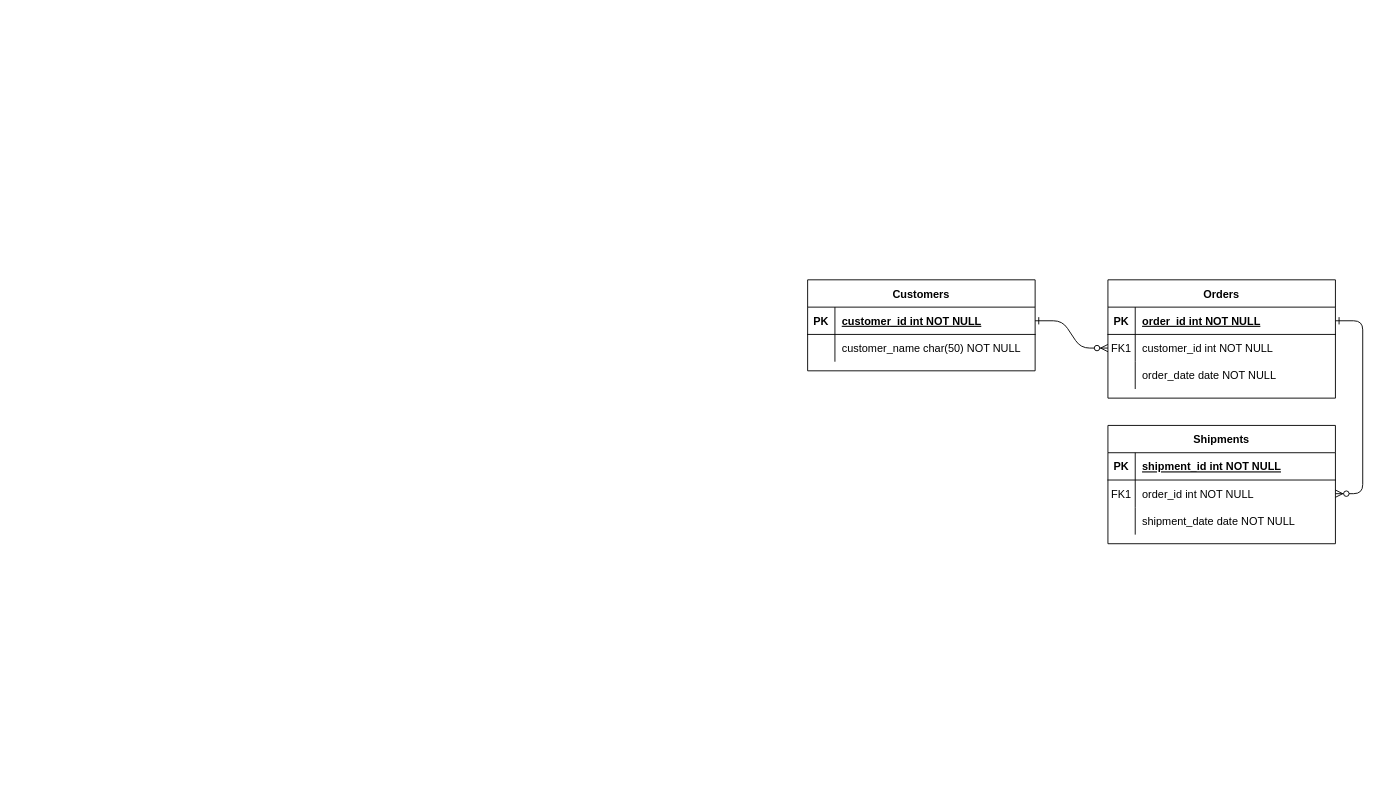
Before: 제목 없는 다이어그램.drawio in Alsdnworks/black-ice-map, a draw.io diagram. Source tidied: cells renumbered, new cells numbered last; positions are measured from the earlier drawing's top-left corner, leaving out a move shared by most shapes. Both pictures are drawn from the tidied source at 91%, with x=0, y=0 at pixel (807, 279).
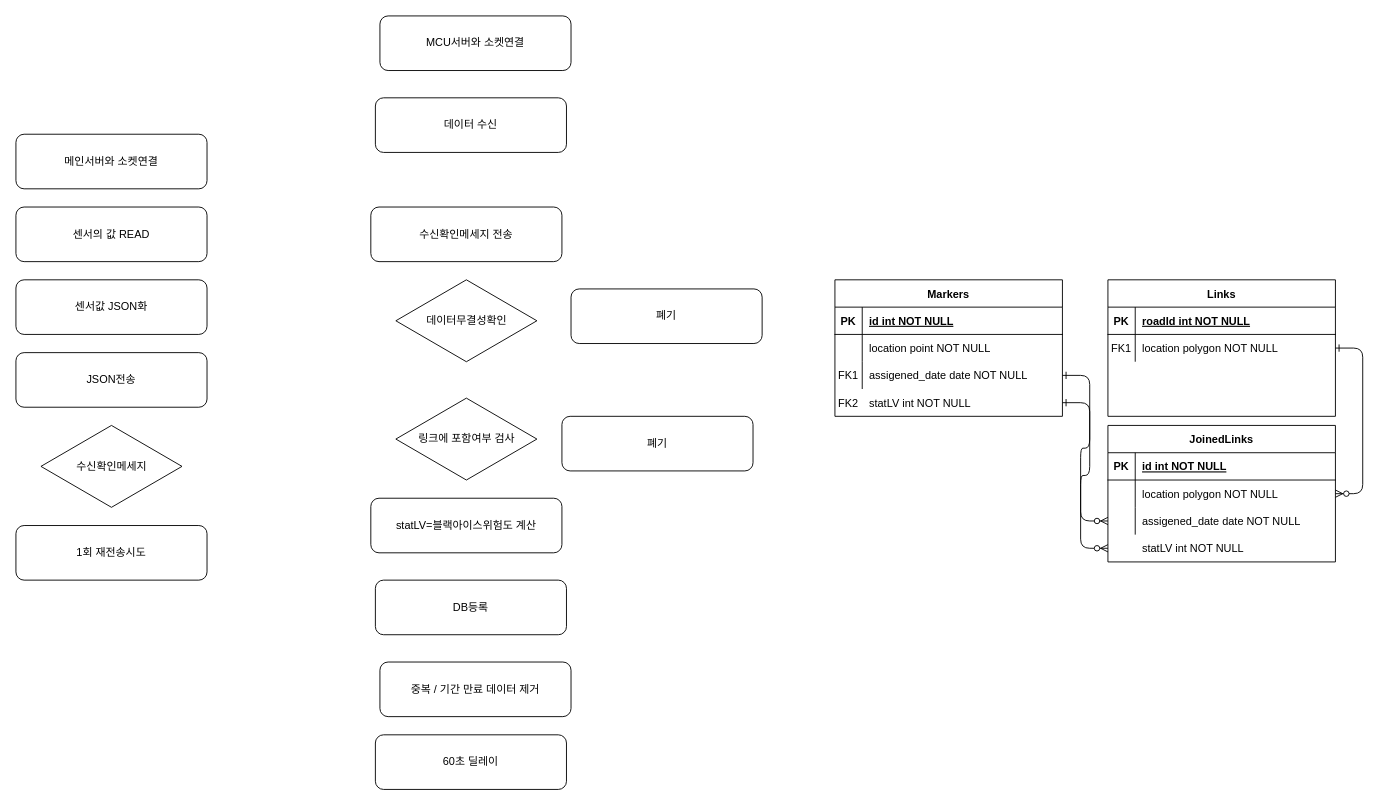
Above is the later version.

Commit message:
제목 없는 다이어그램.drawio 업데이트

The change refers to these unchanged cells:
```xml
<mxCell id="5" style="shape=partialRectangle;fillColor=none;points=[[0,0.5],[1,0.5]];portConstraint=eastwest;top=0;left=0;right=0;bottom=1;" parent="4" vertex="1">
  <mxGeometry y="30" width="250" height="30" as="geometry" />
</mxCell>
<mxCell id="8" style="shape=partialRectangle;fillColor=none;points=[[0,0.5],[1,0.5]];portConstraint=eastwest;top=0;left=0;right=0;bottom=0;" parent="4" vertex="1">
  <mxGeometry y="60" width="250" height="30" as="geometry" />
</mxCell>
<mxCell id="15" style="shape=partialRectangle;fillColor=none;top=0;left=0;right=0;bottom=1;" parent="14" vertex="1">
  <mxGeometry y="30" width="250" height="30" as="geometry" />
</mxCell>
<mxCell id="18" style="shape=partialRectangle;fillColor=none;points=[[0,0.5],[1,0.5]];portConstraint=eastwest;top=0;left=0;right=0;bottom=0;" parent="14" vertex="1">
  <mxGeometry y="60" width="250" height="30" as="geometry" />
</mxCell>
<mxCell id="21" style="shape=partialRectangle;fillColor=none;points=[[0,0.5],[1,0.5]];portConstraint=eastwest;top=0;left=0;right=0;bottom=0;" parent="14" vertex="1">
  <mxGeometry y="90" width="250" height="30" as="geometry" />
</mxCell>
```

Change to the diagram source:
```diff
@@
-    <mxCell id="2" style="edgeStyle=entityRelationEdgeStyle;endArrow=ERzeroToMany;startArrow=ERone;endFill=1;startFill=0;" parent="1" edge="1" source="25" target="8">
-      <mxGeometry relative="1" as="geometry" />
-    </mxCell>
-    <mxCell id="3" style="edgeStyle=entityRelationEdgeStyle;endArrow=ERzeroToMany;startArrow=ERone;endFill=1;startFill=0;" parent="1" edge="1" source="5" target="18">
+    <mxCell id="3" style="edgeStyle=entityRelationEdgeStyle;endArrow=ERzeroToMany;startArrow=ERone;endFill=1;startFill=0;exitX=1;exitY=0.5;exitDx=0;exitDy=0;" parent="1" edge="1" source="8" target="18">
       <mxGeometry relative="1" as="geometry" />
     </mxCell>
-    <mxCell id="4" value="Orders" style="shape=table;startSize=30;childLayout=tableLayout;rowLines=0;fontStyle=1;align=center;" parent="1" vertex="1">
-      <mxGeometry x="330" width="250" height="130" as="geometry" />
+    <mxCell id="4" value="Links" style="shape=table;startSize=30;childLayout=tableLayout;rowLines=0;fontStyle=1;align=center;" parent="1" vertex="1">
+      <mxGeometry x="330" width="250" height="150" as="geometry" />
     </mxCell>
@@
-    <mxCell id="7" value="order_id int NOT NULL " style="shape=partialRectangle;overflow=hidden;fillColor=none;top=0;left=0;bottom=0;right=0;align=left;spacingLeft=6;fontStyle=5;" parent="5" vertex="1">
+    <mxCell id="7" value="roadId int NOT NULL " style="shape=partialRectangle;overflow=hidden;fillColor=none;top=0;left=0;bottom=0;right=0;align=left;spacingLeft=6;fontStyle=5;" parent="5" vertex="1">
       <mxGeometry x="30" width="220" height="30" as="geometry" />
     </mxCell>
@@
-    <mxCell id="10" value="customer_id int NOT NULL" style="shape=partialRectangle;overflow=hidden;fillColor=none;top=0;left=0;bottom=0;right=0;align=left;spacingLeft=6;" parent="8" vertex="1">
+    <mxCell id="10" value="location polygon NOT NULL" style="shape=partialRectangle;overflow=hidden;fillColor=none;top=0;left=0;bottom=0;right=0;align=left;spacingLeft=6;" parent="8" vertex="1">
       <mxGeometry x="30" width="220" height="30" as="geometry" />
     </mxCell>
-    <mxCell id="11" style="shape=partialRectangle;fillColor=none;points=[[0,0.5],[1,0.5]];portConstraint=eastwest;top=0;left=0;right=0;bottom=0;" parent="4" vertex="1">
-      <mxGeometry y="90" width="250" height="30" as="geometry" />
-    </mxCell>
-    <mxCell id="12" style="shape=partialRectangle;overflow=hidden;fillColor=none;top=0;left=0;bottom=0;right=0;" parent="11" vertex="1">
-      <mxGeometry width="30" height="30" as="geometry" />
-    </mxCell>
-    <mxCell id="13" value="order_date date NOT NULL" style="shape=partialRectangle;overflow=hidden;fillColor=none;top=0;left=0;bottom=0;right=0;align=left;spacingLeft=6;" parent="11" vertex="1">
-      <mxGeometry x="30" width="220" height="30" as="geometry" />
-    </mxCell>
-    <mxCell id="14" value="Shipments" style="shape=table;startSize=30;childLayout=tableLayout;rowLines=0;fontStyle=1;align=center;" parent="1" vertex="1">
-      <mxGeometry x="330" y="160" width="250" height="130" as="geometry" />
+    <mxCell id="14" value="JoinedLinks" style="shape=table;startSize=30;childLayout=tableLayout;rowLines=0;fontStyle=1;align=center;" parent="1" vertex="1">
+      <mxGeometry x="330" y="160" width="250" height="150" as="geometry" />
     </mxCell>
@@
-    <mxCell id="17" value="shipment_id int NOT NULL " style="shape=partialRectangle;overflow=hidden;fillColor=none;top=0;left=0;bottom=0;right=0;align=left;spacingLeft=6;fontStyle=5;" parent="15" vertex="1">
+    <mxCell id="17" value="id int NOT NULL " style="shape=partialRectangle;overflow=hidden;fillColor=none;top=0;left=0;bottom=0;right=0;align=left;spacingLeft=6;fontStyle=5;" parent="15" vertex="1">
       <mxGeometry x="30" width="220" height="30" as="geometry" />
     </mxCell>
@@
-    <mxCell id="19" value="FK1" style="shape=partialRectangle;overflow=hidden;fillColor=none;top=0;left=0;bottom=0;right=0;" parent="18" vertex="1">
+    <mxCell id="19" style="shape=partialRectangle;overflow=hidden;fillColor=none;top=0;left=0;bottom=0;right=0;" parent="18" vertex="1">
       <mxGeometry width="30" height="30" as="geometry" />
     </mxCell>
-    <mxCell id="20" value="order_id int NOT NULL" style="shape=partialRectangle;overflow=hidden;fillColor=none;top=0;left=0;bottom=0;right=0;align=left;spacingLeft=6;" parent="18" vertex="1">
+    <mxCell id="20" value="location polygon NOT NULL" style="shape=partialRectangle;overflow=hidden;fillColor=none;top=0;left=0;bottom=0;right=0;align=left;spacingLeft=6;" parent="18" vertex="1">
       <mxGeometry x="30" width="220" height="30" as="geometry" />
     </mxCell>
@@
-    <mxCell id="23" value="shipment_date date NOT NULL" style="shape=partialRectangle;overflow=hidden;fillColor=none;top=0;left=0;bottom=0;right=0;align=left;spacingLeft=6;" parent="21" vertex="1">
+    <mxCell id="23" value="assigened_date date NOT NULL" style="shape=partialRectangle;overflow=hidden;fillColor=none;top=0;left=0;bottom=0;right=0;align=left;spacingLeft=6;" parent="21" vertex="1">
       <mxGeometry x="30" width="220" height="30" as="geometry" />
     </mxCell>
-    <mxCell id="24" value="Customers" style="shape=table;startSize=30;childLayout=tableLayout;rowLines=0;fontStyle=1;align=center;" parent="1" vertex="1">
-      <mxGeometry width="250" height="100" as="geometry" />
-    </mxCell>
+    <mxCell id="31" style="shape=partialRectangle;fillColor=none;points=[[0,0.5],[1,0.5]];portConstraint=eastwest;top=0;left=0;right=0;bottom=0;" parent="1" vertex="1">
+      <mxGeometry x="330" y="280" width="250" height="30" as="geometry" />
+    </mxCell>
+    <mxCell id="32" style="shape=partialRectangle;overflow=hidden;fillColor=none;top=0;left=0;bottom=0;right=0;" parent="31" vertex="1">
+      <mxGeometry width="30" height="30" as="geometry" />
+    </mxCell>
+    <mxCell id="33" value="statLV int NOT NULL" style="shape=partialRectangle;overflow=hidden;fillColor=none;top=0;left=0;bottom=0;right=0;align=left;spacingLeft=6;" parent="31" vertex="1">
+      <mxGeometry x="30" width="220" height="30" as="geometry" />
+    </mxCell>
+    <mxCell id="34" value="Markers" style="shape=table;startSize=30;childLayout=tableLayout;rowLines=0;fontStyle=1;align=center;" parent="1" vertex="1">
+      <mxGeometry x="30" width="250" height="150" as="geometry" />
+    </mxCell>
-    <mxCell id="25" style="shape=partialRectangle;fillColor=none;points=[[0,0.5],[1,0.5]];portConstraint=eastwest;top=0;left=0;right=0;bottom=1;" parent="24" vertex="1">
+    <mxCell id="25" style="shape=partialRectangle;fillColor=none;points=[[0,0.5],[1,0.5]];portConstraint=eastwest;top=0;left=0;right=0;bottom=1;" parent="34" vertex="1">
       <mxGeometry y="30" width="250" height="30" as="geometry" />
     </mxCell>
@@
-    <mxCell id="27" value="customer_id int NOT NULL " style="shape=partialRectangle;overflow=hidden;fillColor=none;top=0;left=0;bottom=0;right=0;align=left;spacingLeft=6;fontStyle=5;" parent="25" vertex="1">
-      <mxGeometry x="30" width="220" height="30" as="geometry" />
-    </mxCell>
+    <mxCell id="35" value="id int NOT NULL " style="shape=partialRectangle;overflow=hidden;fillColor=none;top=0;left=0;bottom=0;right=0;align=left;spacingLeft=6;fontStyle=5;" parent="25" vertex="1">
+      <mxGeometry x="30" width="220" height="30" as="geometry" />
+    </mxCell>
-    <mxCell id="28" style="shape=partialRectangle;fillColor=none;top=0;left=0;right=0;bottom=0;" parent="24" vertex="1">
+    <mxCell id="28" style="shape=partialRectangle;fillColor=none;top=0;left=0;right=0;bottom=0;" parent="34" vertex="1">
       <mxGeometry y="60" width="250" height="30" as="geometry" />
     </mxCell>
-    <mxCell id="29" style="shape=partialRectangle;overflow=hidden;fillColor=none;top=0;left=0;bottom=0;right=0;" parent="28" vertex="1">
-      <mxGeometry width="30" height="30" as="geometry" />
-    </mxCell>
-    <mxCell id="30" value="customer_name char(50) NOT NULL" style="shape=partialRectangle;overflow=hidden;fillColor=none;top=0;left=0;bottom=0;right=0;align=left;spacingLeft=6;" parent="28" vertex="1">
-      <mxGeometry x="30" width="220" height="30" as="geometry" />
-    </mxCell>
+    <mxCell id="36" style="shape=partialRectangle;overflow=hidden;fillColor=none;top=0;left=0;bottom=0;right=0;" parent="28" vertex="1">
+      <mxGeometry width="30" height="30" as="geometry" />
+    </mxCell>
+    <mxCell id="37" value="location point NOT NULL" style="shape=partialRectangle;overflow=hidden;fillColor=none;top=0;left=0;bottom=0;right=0;align=left;spacingLeft=6;" parent="28" vertex="1">
+      <mxGeometry x="30" width="220" height="30" as="geometry" />
+    </mxCell>
+    <mxCell id="11" style="shape=partialRectangle;fillColor=none;points=[[0,0.5],[1,0.5]];portConstraint=eastwest;top=0;left=0;right=0;bottom=0;" parent="34" vertex="1">
+      <mxGeometry y="90" width="250" height="30" as="geometry" />
+    </mxCell>
+    <mxCell id="38" value="FK1" style="shape=partialRectangle;overflow=hidden;fillColor=none;top=0;left=0;bottom=0;right=0;" parent="11" vertex="1">
+      <mxGeometry width="30" height="30" as="geometry" />
+    </mxCell>
+    <mxCell id="39" value="assigened_date date NOT NULL" style="shape=partialRectangle;overflow=hidden;fillColor=none;top=0;left=0;bottom=0;right=0;align=left;spacingLeft=6;" parent="11" vertex="1">
+      <mxGeometry x="30" width="220" height="30" as="geometry" />
+    </mxCell>
+    <mxCell id="40" style="shape=partialRectangle;fillColor=none;points=[[0,0.5],[1,0.5]];portConstraint=eastwest;top=0;left=0;right=0;bottom=0;" parent="1" vertex="1">
+      <mxGeometry x="30" y="120" width="250" height="30" as="geometry" />
+    </mxCell>
+    <mxCell id="41" style="shape=partialRectangle;overflow=hidden;fillColor=none;top=0;left=0;bottom=0;right=0;" parent="40" vertex="1">
+      <mxGeometry width="30" height="30" as="geometry" />
+    </mxCell>
+    <mxCell id="42" value="statLV int NOT NULL" style="shape=partialRectangle;overflow=hidden;fillColor=none;top=0;left=0;bottom=0;right=0;align=left;spacingLeft=6;" parent="40" vertex="1">
+      <mxGeometry x="30" width="220" height="30" as="geometry" />
+    </mxCell>
+    <mxCell id="43" value="FK2" style="shape=partialRectangle;overflow=hidden;fillColor=none;top=0;left=0;bottom=0;right=0;" parent="1" vertex="1">
+      <mxGeometry x="20" y="100" width="50" height="70" as="geometry" />
+    </mxCell>
+    <mxCell id="44" style="edgeStyle=entityRelationEdgeStyle;endArrow=ERzeroToMany;startArrow=ERone;endFill=1;startFill=0;entryX=0;entryY=0.5;entryDx=0;entryDy=0;exitX=1;exitY=0.5;exitDx=0;exitDy=0;" parent="1" edge="1" source="11" target="21">
+      <mxGeometry relative="1" as="geometry" />
+    </mxCell>
+    <mxCell id="45" style="edgeStyle=entityRelationEdgeStyle;endArrow=ERzeroToMany;startArrow=ERone;endFill=1;startFill=0;entryX=0;entryY=0.5;entryDx=0;entryDy=0;exitX=1;exitY=0.5;exitDx=0;exitDy=0;" parent="1" edge="1" source="40" target="31">
+      <mxGeometry relative="1" as="geometry" />
+    </mxCell>
+    <mxCell id="46" value="센서값 JSON화" style="rounded=1;whiteSpace=wrap;html=1;strokeColor=default;fontFamily=Helvetica;fontSize=12;fontColor=default;fillColor=none;" parent="1" vertex="1">
+      <mxGeometry x="-870" width="210" height="60" as="geometry" />
+    </mxCell>
+    <mxCell id="47" value="1회 재전송시도" style="rounded=1;whiteSpace=wrap;html=1;strokeColor=default;fontFamily=Helvetica;fontSize=12;fontColor=default;fillColor=none;" parent="1" vertex="1">
+      <mxGeometry x="-870" y="270" width="210" height="60" as="geometry" />
+    </mxCell>
+    <mxCell id="48" value="JSON전송" style="rounded=1;whiteSpace=wrap;html=1;strokeColor=default;fontFamily=Helvetica;fontSize=12;fontColor=default;fillColor=none;" parent="1" vertex="1">
+      <mxGeometry x="-870" y="80" width="210" height="60" as="geometry" />
+    </mxCell>
+    <mxCell id="49" value="메인서버와 소켓연결" style="rounded=1;whiteSpace=wrap;html=1;strokeColor=default;fontFamily=Helvetica;fontSize=12;fontColor=default;fillColor=none;" parent="1" vertex="1">
+      <mxGeometry x="-870" y="-160" width="210" height="60" as="geometry" />
+    </mxCell>
+    <mxCell id="50" value="센서의 값 READ" style="rounded=1;whiteSpace=wrap;html=1;strokeColor=default;fontFamily=Helvetica;fontSize=12;fontColor=default;fillColor=none;" parent="1" vertex="1">
+      <mxGeometry x="-870" y="-80" width="210" height="60" as="geometry" />
+    </mxCell>
+    <mxCell id="51" value="수신확인메세지" style="rhombus;whiteSpace=wrap;html=1;strokeColor=default;fontFamily=Helvetica;fontSize=12;fontColor=default;fillColor=none;" parent="1" vertex="1">
+      <mxGeometry x="-842.5" y="160" width="155" height="90" as="geometry" />
+    </mxCell>
+    <mxCell id="52" value="statLV=블랙아이스위험도 계산" style="rounded=1;whiteSpace=wrap;html=1;strokeColor=default;fontFamily=Helvetica;fontSize=12;fontColor=default;fillColor=none;" parent="1" vertex="1">
+      <mxGeometry x="-480" y="240" width="210" height="60" as="geometry" />
+    </mxCell>
+    <mxCell id="53" value="폐기" style="rounded=1;whiteSpace=wrap;html=1;strokeColor=default;fontFamily=Helvetica;fontSize=12;fontColor=default;fillColor=none;" parent="1" vertex="1">
+      <mxGeometry x="-260" y="10" width="210" height="60" as="geometry" />
+    </mxCell>
+    <mxCell id="54" value="MCU서버와 소켓연결" style="rounded=1;whiteSpace=wrap;html=1;strokeColor=default;fontFamily=Helvetica;fontSize=12;fontColor=default;fillColor=none;" parent="1" vertex="1">
+      <mxGeometry x="-470" y="-290" width="210" height="60" as="geometry" />
+    </mxCell>
+    <mxCell id="55" value="수신확인메세지 전송" style="rounded=1;whiteSpace=wrap;html=1;strokeColor=default;fontFamily=Helvetica;fontSize=12;fontColor=default;fillColor=none;" parent="1" vertex="1">
+      <mxGeometry x="-480" y="-80" width="210" height="60" as="geometry" />
+    </mxCell>
+    <mxCell id="56" value="데이터무결성확인" style="rhombus;whiteSpace=wrap;html=1;strokeColor=default;fontFamily=Helvetica;fontSize=12;fontColor=default;fillColor=none;" parent="1" vertex="1">
+      <mxGeometry x="-452.5" width="155" height="90" as="geometry" />
+    </mxCell>
+    <mxCell id="57" value="링크에 포함여부 검사" style="rhombus;whiteSpace=wrap;html=1;strokeColor=default;fontFamily=Helvetica;fontSize=12;fontColor=default;fillColor=none;" parent="1" vertex="1">
+      <mxGeometry x="-452.5" y="130" width="155" height="90" as="geometry" />
+    </mxCell>
+    <mxCell id="58" value="폐기" style="rounded=1;whiteSpace=wrap;html=1;strokeColor=default;fontFamily=Helvetica;fontSize=12;fontColor=default;fillColor=none;" parent="1" vertex="1">
+      <mxGeometry x="-270" y="150" width="210" height="60" as="geometry" />
+    </mxCell>
+    <mxCell id="59" value="DB등록" style="rounded=1;whiteSpace=wrap;html=1;strokeColor=default;fontFamily=Helvetica;fontSize=12;fontColor=default;fillColor=none;" parent="1" vertex="1">
+      <mxGeometry x="-475" y="330" width="210" height="60" as="geometry" />
+    </mxCell>
+    <mxCell id="60" value="중복 / 기간 만료 데이터 제거" style="rounded=1;whiteSpace=wrap;html=1;strokeColor=default;fontFamily=Helvetica;fontSize=12;fontColor=default;fillColor=none;" parent="1" vertex="1">
+      <mxGeometry x="-470" y="420" width="210" height="60" as="geometry" />
+    </mxCell>
+    <mxCell id="61" value="60초 딜레이" style="rounded=1;whiteSpace=wrap;html=1;strokeColor=default;fontFamily=Helvetica;fontSize=12;fontColor=default;fillColor=none;" parent="1" vertex="1">
+      <mxGeometry x="-475" y="500" width="210" height="60" as="geometry" />
+    </mxCell>
+    <mxCell id="62" value="데이터 수신" style="rounded=1;whiteSpace=wrap;html=1;strokeColor=default;fontFamily=Helvetica;fontSize=12;fontColor=default;fillColor=none;" parent="1" vertex="1">
+      <mxGeometry x="-475" y="-200" width="210" height="60" as="geometry" />
+    </mxCell>
```
